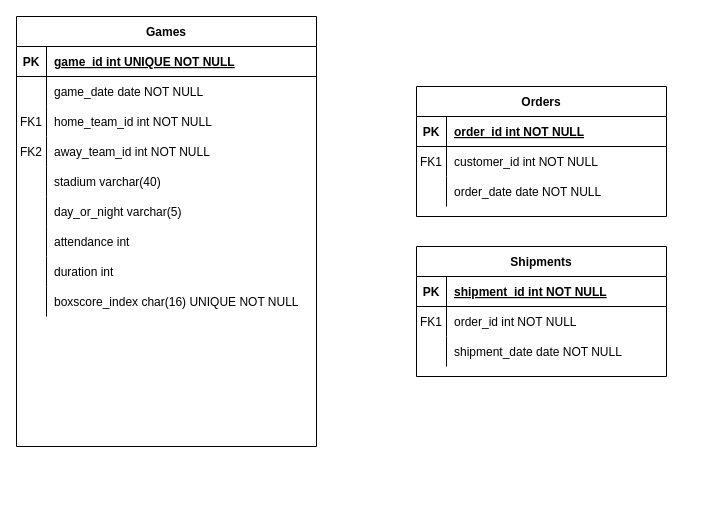
The draw.io diagram Untitled Diagram.drawio in drewcolbert/good-projects, before the edit. Source tidied: cells renumbered, new cells numbered last; positions are measured from the earlier drawing's top-left corner, leaving out a move shared by most shapes. Both pictures are drawn from the tidied source at 100%, with x=0, y=0 at pixel (16, 16).
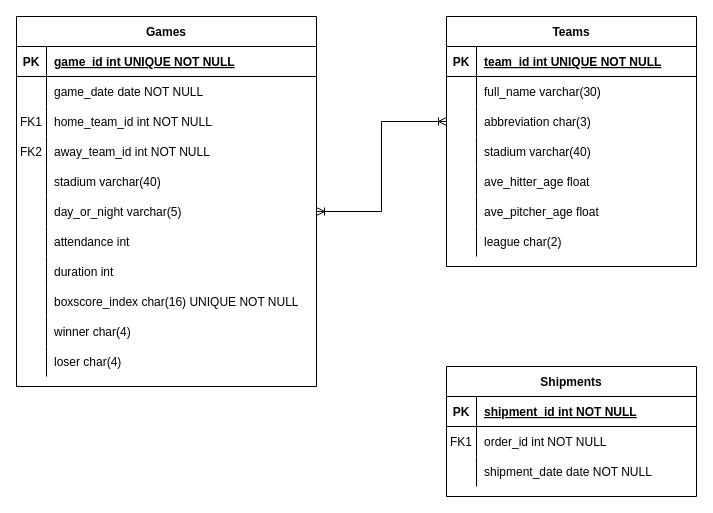
The same diagram, later.

Unchanged cells that the change refers to:
```xml
<mxCell id="3" style="shape=partialRectangle;fillColor=none;top=0;left=0;right=0;bottom=1;" parent="2" vertex="1">
  <mxGeometry y="30" width="250" height="30" as="geometry" />
</mxCell>
<mxCell id="6" style="shape=partialRectangle;fillColor=none;top=0;left=0;right=0;bottom=0;" parent="2" vertex="1">
  <mxGeometry y="60" width="250" height="30" as="geometry" />
</mxCell>
<mxCell id="9" style="shape=partialRectangle;fillColor=none;points=[[0,0.5],[1,0.5]];portConstraint=eastwest;top=0;left=0;right=0;bottom=0;" parent="2" vertex="1">
  <mxGeometry y="90" width="250" height="30" as="geometry" />
</mxCell>
<mxCell id="38" style="shape=partialRectangle;fillColor=none;points=[[0,0.5],[1,0.5]];portConstraint=eastwest;top=0;left=0;right=0;bottom=0;" parent="22" vertex="1">
  <mxGeometry y="180" width="300" height="30" as="geometry" />
</mxCell>
```

Diff of the diagram source:
```diff
@@
-    <mxCell id="2" value="Orders" style="shape=table;startSize=30;childLayout=tableLayout;rowLines=0;fontStyle=1;align=center;" parent="1" vertex="1">
-      <mxGeometry x="400" y="70" width="250" height="130" as="geometry" />
+    <mxCell id="2" value="Teams" style="shape=table;startSize=30;childLayout=tableLayout;rowLines=0;fontStyle=1;align=center;" parent="1" vertex="1">
+      <mxGeometry x="430" width="250" height="250" as="geometry" />
     </mxCell>
@@
-    <mxCell id="5" value="order_id int NOT NULL " style="shape=partialRectangle;overflow=hidden;fillColor=none;top=0;left=0;bottom=0;right=0;align=left;spacingLeft=6;fontStyle=5;" parent="3" vertex="1">
+    <mxCell id="5" value="team_id int UNIQUE NOT NULL" style="shape=partialRectangle;overflow=hidden;fillColor=none;top=0;left=0;bottom=0;right=0;align=left;spacingLeft=6;fontStyle=5;" parent="3" vertex="1">
       <mxGeometry x="30" width="220" height="30" as="geometry" />
     </mxCell>
@@
-    <mxCell id="7" value="FK1" style="shape=partialRectangle;overflow=hidden;fillColor=none;top=0;left=0;bottom=0;right=0;" parent="6" vertex="1">
+    <mxCell id="7" style="shape=partialRectangle;overflow=hidden;fillColor=none;top=0;left=0;bottom=0;right=0;" parent="6" vertex="1">
       <mxGeometry width="30" height="30" as="geometry" />
     </mxCell>
-    <mxCell id="8" value="customer_id int NOT NULL" style="shape=partialRectangle;overflow=hidden;fillColor=none;top=0;left=0;bottom=0;right=0;align=left;spacingLeft=6;" parent="6" vertex="1">
+    <mxCell id="8" value="full_name varchar(30)" style="shape=partialRectangle;overflow=hidden;fillColor=none;top=0;left=0;bottom=0;right=0;align=left;spacingLeft=6;" parent="6" vertex="1">
       <mxGeometry x="30" width="220" height="30" as="geometry" />
     </mxCell>
@@
-    <mxCell id="11" value="order_date date NOT NULL" style="shape=partialRectangle;overflow=hidden;fillColor=none;top=0;left=0;bottom=0;right=0;align=left;spacingLeft=6;" parent="9" vertex="1">
+    <mxCell id="11" value="abbreviation char(3)" style="shape=partialRectangle;overflow=hidden;fillColor=none;top=0;left=0;bottom=0;right=0;align=left;spacingLeft=6;" parent="9" vertex="1">
       <mxGeometry x="30" width="220" height="30" as="geometry" />
     </mxCell>
+    <mxCell id="50" style="shape=partialRectangle;fillColor=none;top=0;left=0;right=0;bottom=0;" parent="2" vertex="1">
+      <mxGeometry y="120" width="250" height="30" as="geometry" />
+    </mxCell>
+    <mxCell id="51" style="shape=partialRectangle;overflow=hidden;fillColor=none;top=0;left=0;bottom=0;right=0;" parent="50" vertex="1">
+      <mxGeometry width="30" height="30" as="geometry" />
+    </mxCell>
+    <mxCell id="52" value="stadium varchar(40)" style="shape=partialRectangle;overflow=hidden;fillColor=none;top=0;left=0;bottom=0;right=0;align=left;spacingLeft=6;" parent="50" vertex="1">
+      <mxGeometry x="30" width="220" height="30" as="geometry" />
+    </mxCell>
+    <mxCell id="53" style="shape=partialRectangle;fillColor=none;top=0;left=0;right=0;bottom=0;" parent="2" vertex="1">
+      <mxGeometry y="150" width="250" height="30" as="geometry" />
+    </mxCell>
+    <mxCell id="54" style="shape=partialRectangle;overflow=hidden;fillColor=none;top=0;left=0;bottom=0;right=0;" parent="53" vertex="1">
+      <mxGeometry width="30" height="30" as="geometry" />
+    </mxCell>
+    <mxCell id="55" value="ave_hitter_age float" style="shape=partialRectangle;overflow=hidden;fillColor=none;top=0;left=0;bottom=0;right=0;align=left;spacingLeft=6;" parent="53" vertex="1">
+      <mxGeometry x="30" width="220" height="30" as="geometry" />
+    </mxCell>
+    <mxCell id="56" style="shape=partialRectangle;fillColor=none;top=0;left=0;right=0;bottom=0;" parent="2" vertex="1">
+      <mxGeometry y="180" width="250" height="30" as="geometry" />
+    </mxCell>
+    <mxCell id="57" style="shape=partialRectangle;overflow=hidden;fillColor=none;top=0;left=0;bottom=0;right=0;" parent="56" vertex="1">
+      <mxGeometry width="30" height="30" as="geometry" />
+    </mxCell>
+    <mxCell id="58" value="ave_pitcher_age float" style="shape=partialRectangle;overflow=hidden;fillColor=none;top=0;left=0;bottom=0;right=0;align=left;spacingLeft=6;" parent="56" vertex="1">
+      <mxGeometry x="30" width="220" height="30" as="geometry" />
+    </mxCell>
+    <mxCell id="59" style="shape=partialRectangle;fillColor=none;top=0;left=0;right=0;bottom=0;" parent="2" vertex="1">
+      <mxGeometry y="210" width="250" height="30" as="geometry" />
+    </mxCell>
+    <mxCell id="60" style="shape=partialRectangle;overflow=hidden;fillColor=none;top=0;left=0;bottom=0;right=0;" parent="59" vertex="1">
+      <mxGeometry width="30" height="30" as="geometry" />
+    </mxCell>
+    <mxCell id="61" value="league char(2)" style="shape=partialRectangle;overflow=hidden;fillColor=none;top=0;left=0;bottom=0;right=0;align=left;spacingLeft=6;" parent="59" vertex="1">
+      <mxGeometry x="30" width="220" height="30" as="geometry" />
+    </mxCell>
     <mxCell id="12" value="Shipments" style="shape=table;startSize=30;childLayout=tableLayout;rowLines=0;fontStyle=1;align=center;" parent="1" vertex="1">
-      <mxGeometry x="400" y="230" width="250" height="130" as="geometry" />
+      <mxGeometry x="430" y="350" width="250" height="130" as="geometry" />
     </mxCell>
@@
     <mxCell id="22" value="Games" style="shape=table;startSize=30;childLayout=tableLayout;rowLines=0;fontStyle=1;align=center;" parent="1" vertex="1">
-      <mxGeometry width="300" height="430" as="geometry" />
+      <mxGeometry width="300" height="370" as="geometry" />
     </mxCell>
@@
+    <mxCell id="62" style="shape=partialRectangle;fillColor=none;top=0;left=0;right=0;bottom=0;" parent="22" vertex="1">
+      <mxGeometry y="300" width="300" height="30" as="geometry" />
+    </mxCell>
+    <mxCell id="63" style="shape=partialRectangle;overflow=hidden;fillColor=none;top=0;left=0;bottom=0;right=0;" parent="62" vertex="1">
+      <mxGeometry width="30" height="30" as="geometry" />
+    </mxCell>
+    <mxCell id="64" value="winner char(4)" style="shape=partialRectangle;overflow=hidden;fillColor=none;top=0;left=0;bottom=0;right=0;align=left;spacingLeft=6;" parent="62" vertex="1">
+      <mxGeometry x="30" width="270" height="30" as="geometry" />
+    </mxCell>
+    <mxCell id="65" style="shape=partialRectangle;fillColor=none;top=0;left=0;right=0;bottom=0;" parent="22" vertex="1">
+      <mxGeometry y="330" width="300" height="30" as="geometry" />
+    </mxCell>
+    <mxCell id="66" style="shape=partialRectangle;overflow=hidden;fillColor=none;top=0;left=0;bottom=0;right=0;" parent="65" vertex="1">
+      <mxGeometry width="30" height="30" as="geometry" />
+    </mxCell>
+    <mxCell id="67" value="loser char(4)" style="shape=partialRectangle;overflow=hidden;fillColor=none;top=0;left=0;bottom=0;right=0;align=left;spacingLeft=6;" parent="65" vertex="1">
+      <mxGeometry x="30" width="270" height="30" as="geometry" />
+    </mxCell>
+    <mxCell id="68" style="edgeStyle=orthogonalEdgeStyle;rounded=0;jettySize=auto;html=1;entryX=0;entryY=0.5;entryDx=0;entryDy=0;startArrow=ERoneToMany;startFill=0;endArrow=ERoneToMany;endFill=0;" parent="1" edge="1" source="38" target="9">
+      <mxGeometry relative="1" as="geometry" />
+    </mxCell>
```
